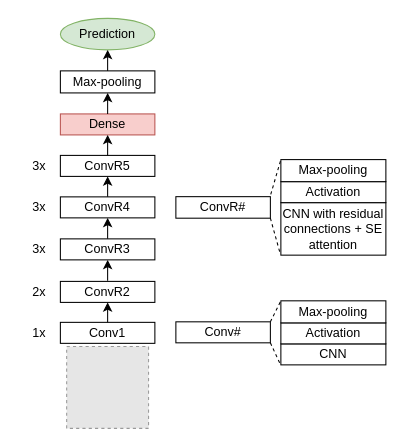
Above: images/TRN-single-tel.drawio in ctlearn-project/ctlearn (draw.io), before the change. Source tidied: cells renumbered, new cells numbered last; positions are measured from the earlier drawing's top-left corner, leaving out a move shared by most shapes. Both pictures are drawn from the tidied source at 105%, with x=0, y=0 at pixel (18, 18). Pictures stored in the file or linked from it are replaced by grey dashed boxes.
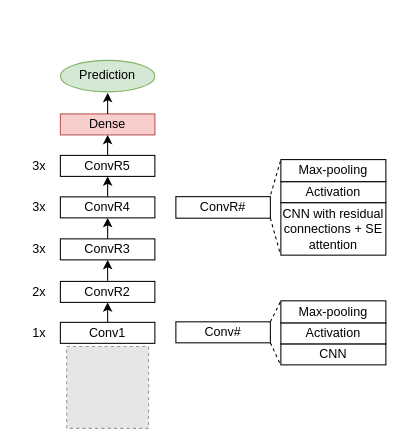
The same page after the edit.

Commit message (it also covers changes not shown here):
included the code refactoring for the drawio images

Unchanged cells that the change refers to:
```xml
<mxCell id="5" value="Dense" style="text;html=1;strokeColor=none;fillColor=none;align=center;verticalAlign=middle;whiteSpace=wrap;rounded=0;" parent="1" vertex="1">
  <mxGeometry x="65" y="91" width="40" height="20" as="geometry" />
</mxCell>
```

Change to the diagram source:
```diff
@@
     <mxCell id="2" style="ellipse;whiteSpace=wrap;html=1;fillColor=#d5e8d4;strokeColor=#82b366;" parent="1" vertex="1">
-      <mxGeometry x="40" width="90" height="30" as="geometry" />
+      <mxGeometry x="40" y="40" width="90" height="30" as="geometry" />
     </mxCell>
@@
-    <mxCell id="7" style="endArrow=classic;html=1;exitX=0.5;exitY=0;exitDx=0;exitDy=0;entryX=0.5;entryY=1;entryDx=0;entryDy=0;" parent="1" edge="1" source="29" target="2">
-      <mxGeometry relative="1" as="geometry" />
-    </mxCell>
     <mxCell id="8" value="Prediction" style="text;html=1;strokeColor=none;fillColor=none;align=center;verticalAlign=middle;whiteSpace=wrap;rounded=0;" parent="1" vertex="1">
-      <mxGeometry x="65" y="5" width="40" height="20" as="geometry" />
+      <mxGeometry x="65" y="44" width="40" height="20" as="geometry" />
     </mxCell>
@@
-    <mxCell id="29" value="Max-pooling&lt;br&gt;" style="rounded=0;whiteSpace=wrap;html=1;" parent="1" vertex="1">
-      <mxGeometry x="40" y="50" width="90" height="21" as="geometry" />
-    </mxCell>
@@
-    <mxCell id="31" style="endArrow=classic;html=1;entryX=0.5;entryY=1;entryDx=0;entryDy=0;exitX=0.5;exitY=0;exitDx=0;exitDy=0;" parent="1" edge="1" source="5" target="29">
-      <mxGeometry relative="1" as="geometry" />
+    <mxCell id="31" style="endArrow=classic;html=1;entryX=0.5;entryY=1;entryDx=0;entryDy=0;exitX=0.5;exitY=0;exitDx=0;exitDy=0;" parent="1" edge="1" source="5">
+      <mxGeometry relative="1" as="geometry">
+        <mxPoint x="85" y="71" as="targetPoint" />
+      </mxGeometry>
     </mxCell>
```
